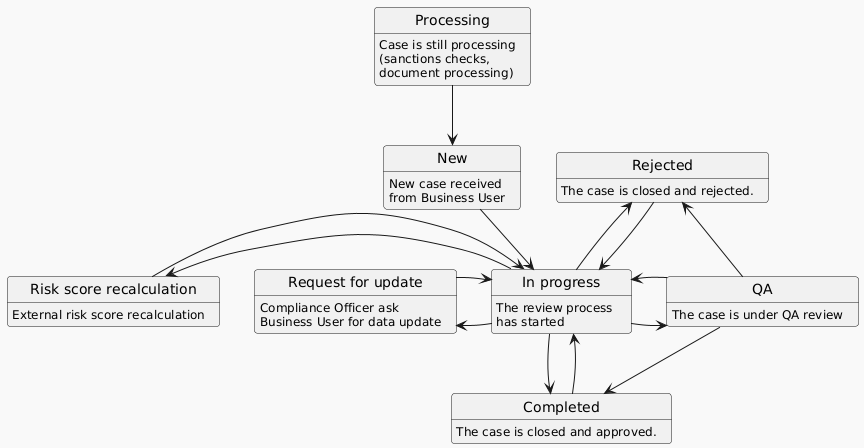
Gatenox/GatenoxDevelopersHub keeps this PlantUML diagram as .gitbook/assets/ProcessStates.png. Above is the earlier version.
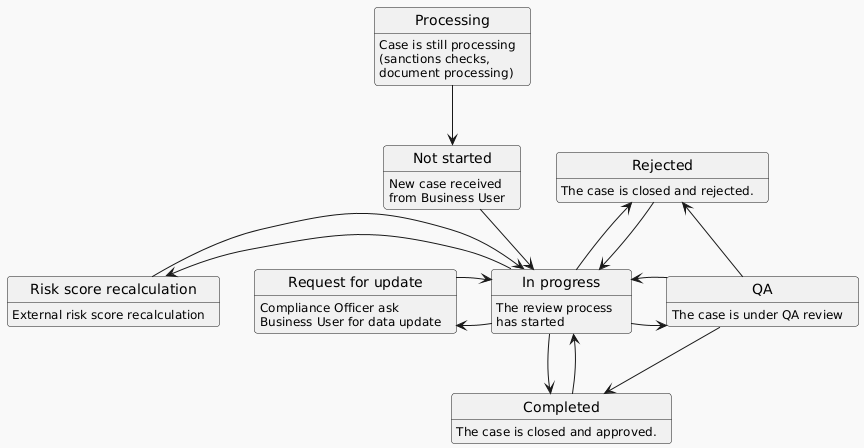
The same diagram one commit later.

Change to the diagram source:
```diff
@@ -3,7 +3,7 @@
 
 state "Processing" as proc
 proc: Case is still processing\n(sanctions checks, \ndocument processing)
-state "New" as new
+state "Not started" as new
 new : New case received \nfrom Business User
 state "In progress" as in_p
 in_p : The review process \nhas started
```
